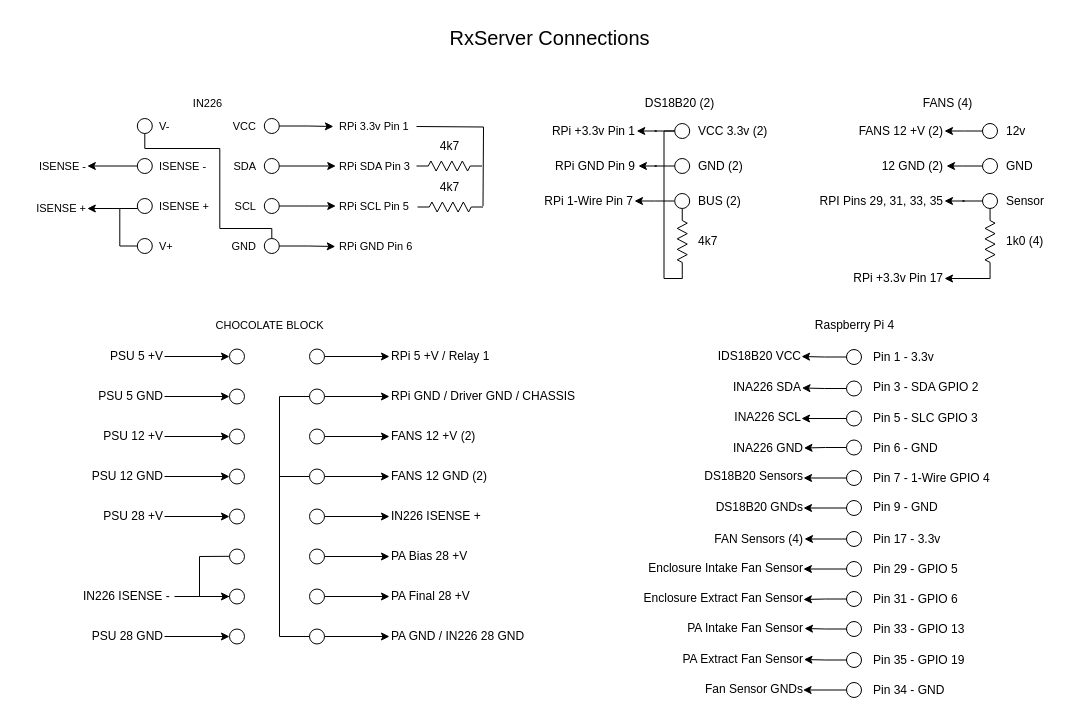
Earlier version of the draw.io diagram _Resources/Server_Connections.drawio (ea7kir/TxServer). Source tidied: cells renumbered, new cells numbered last; positions are measured from the earlier drawing's top-left corner, leaving out a move shared by most shapes. Both pictures are drawn from the tidied source at 100%, with x=0, y=0 at pixel (17, 17).
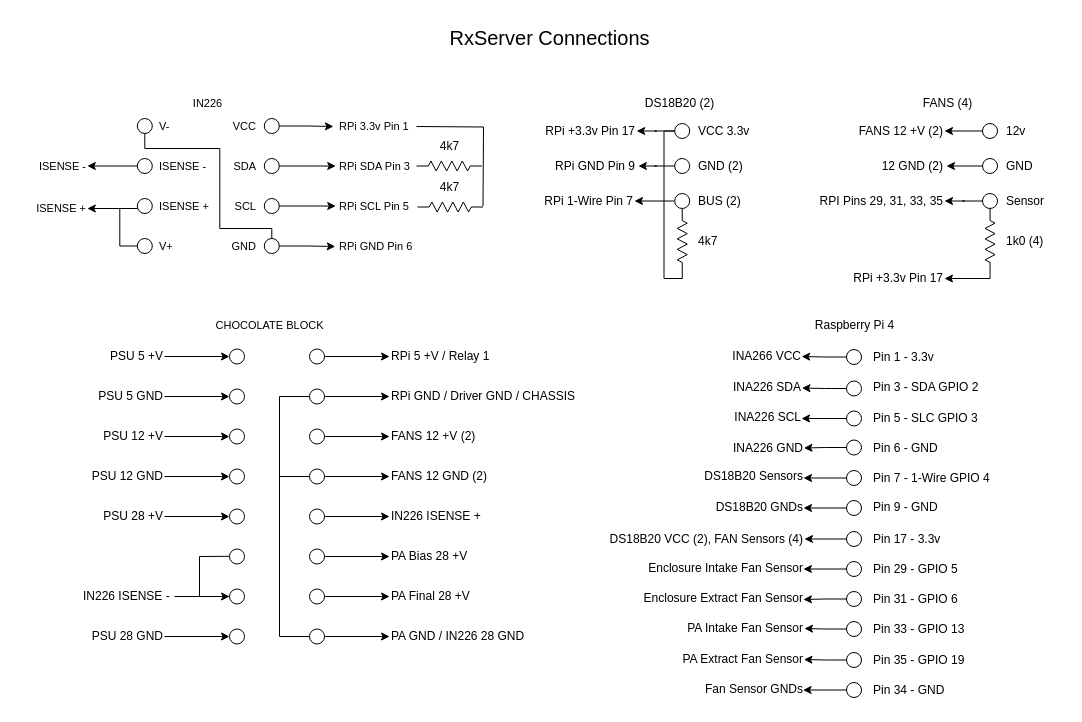
The same diagram, later.

Unchanged cells that the change refers to:
```xml
<mxCell id="72" style="group;" parent="1" vertex="1">
  <mxGeometry x="507" y="71" width="262.2" height="190" as="geometry" />
</mxCell>
<mxCell id="127" style="group;" parent="1" vertex="1">
  <mxGeometry x="607" y="293" width="387" height="394.5" as="geometry" />
</mxCell>
```

The edit, as a diff of the source:
```diff
@@
-    <mxCell id="80" value="VCC 3.3v (2)" style="text;html=1;align=left;verticalAlign=middle;strokeColor=none;fillColor=none;" parent="72" vertex="1">
-      <mxGeometry x="172.2" y="27.5" width="90" height="30" as="geometry" />
+    <mxCell id="80" value="VCC 3.3v" style="text;html=1;align=left;verticalAlign=middle;strokeColor=none;fillColor=none;" parent="72" vertex="1">
+      <mxGeometry x="172.2" y="27.5" width="70" height="30" as="geometry" />
     </mxCell>
@@
-    <mxCell id="83" value="RPi +3.3v Pin 1" style="text;html=1;align=right;verticalAlign=middle;points=[];strokeColor=none;fillColor=none;" parent="72" vertex="1">
+    <mxCell id="83" value="RPi +3.3v Pin 17" style="text;html=1;align=right;verticalAlign=middle;points=[];strokeColor=none;fillColor=none;" parent="72" vertex="1">
       <mxGeometry x="2.2" y="27.5" width="110" height="30" as="geometry" />
     </mxCell>
@@
-    <mxCell id="155" value="IDS18B20 VCC" style="text;html=1;align=right;verticalAlign=middle;points=[];strokeColor=none;fillColor=none;" parent="127" vertex="1">
-      <mxGeometry x="68" y="31" width="110" height="30" as="geometry" />
+    <mxCell id="155" value="INA266 VCC" style="text;html=1;align=right;verticalAlign=middle;points=[];strokeColor=none;fillColor=none;" parent="127" vertex="1">
+      <mxGeometry x="88" y="31" width="90" height="30" as="geometry" />
     </mxCell>
@@
-    <mxCell id="175" value="FAN Sensors (4)" style="text;html=1;align=right;verticalAlign=middle;points=[];strokeColor=none;fillColor=none;" parent="127" vertex="1">
-      <mxGeometry x="70" y="213.5" width="110" height="30" as="geometry" />
+    <mxCell id="175" value="DS18B20 VCC (2), FAN Sensors (4)" style="text;html=1;align=right;verticalAlign=middle;points=[];strokeColor=none;fillColor=none;" parent="127" vertex="1">
+      <mxGeometry x="-40" y="213.5" width="220" height="30" as="geometry" />
     </mxCell>
```
